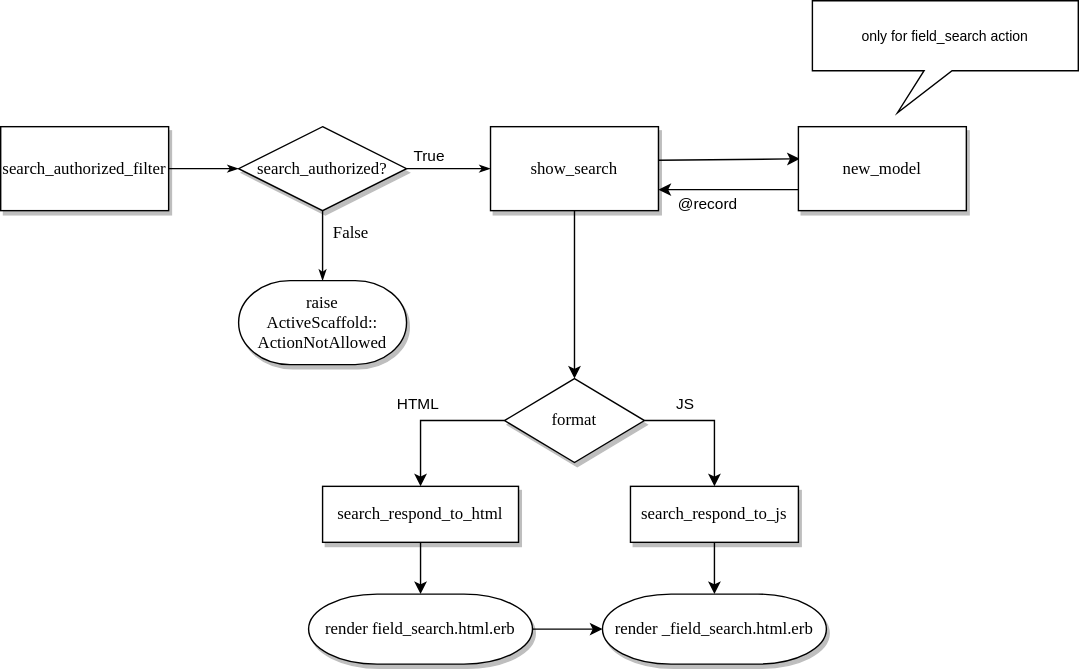
The draw.io diagram diagrams/show_search_field_search.drawio.svg in activescaffold/active_scaffold, before a commit. Source tidied: cells renumbered, new cells last; positions are measured from the earlier drawing's top-left corner, leaving out a move shared by most shapes. The source it was exported from:
```xml
<mxGraphModel>
  <root>
    <mxCell id="0" />
    <mxCell id="1" parent="0" />
    <mxCell id="2" style="edgeStyle=orthogonalEdgeStyle;rounded=0;html=1;labelBackgroundColor=none;startSize=5;endArrow=classicThin;endFill=1;endSize=5;jettySize=auto;strokeWidth=1;fontFamily=Verdana;fontSize=12;exitX=1;exitY=0.5;exitDx=0;exitDy=0;" parent="1" edge="1" source="16" target="7">
      <mxGeometry relative="1" as="geometry" />
    </mxCell>
    <mxCell id="3" style="edgeStyle=orthogonalEdgeStyle;rounded=0;html=1;labelBackgroundColor=none;startSize=5;endArrow=classicThin;endFill=1;endSize=5;jettySize=auto;strokeWidth=1;fontFamily=Verdana;fontSize=12;exitX=1;exitY=0.5;exitDx=0;exitDy=0;entryX=0;entryY=0.5;entryDx=0;entryDy=0;" parent="1" edge="1" source="7" target="5">
      <mxGeometry relative="1" as="geometry" />
    </mxCell>
    <mxCell id="4" value="True" style="edgeLabel;html=1;align=center;verticalAlign=middle;" parent="3" vertex="1">
      <mxGeometry x="-0.49" y="-2" relative="1" as="geometry">
        <mxPoint y="-12" as="offset" />
      </mxGeometry>
    </mxCell>
    <mxCell id="5" value="show_search" style="rounded=0;whiteSpace=wrap;html=1;shadow=1;labelBackgroundColor=none;strokeWidth=1;fontFamily=Verdana;fontSize=12;align=center;" parent="1" vertex="1">
      <mxGeometry x="350" y="90" width="120" height="60" as="geometry" />
    </mxCell>
    <mxCell id="6" value="False" style="edgeStyle=orthogonalEdgeStyle;rounded=0;html=1;labelBackgroundColor=none;startSize=5;endArrow=classicThin;endFill=1;endSize=5;jettySize=auto;strokeWidth=1;fontFamily=Verdana;fontSize=12;entryX=0.5;entryY=0;entryDx=0;entryDy=0;entryPerimeter=0;" parent="1" edge="1" source="7" target="17">
      <mxGeometry x="-0.38" y="20" relative="1" as="geometry" />
    </mxCell>
    <mxCell id="7" value="search_authorized?" style="rhombus;whiteSpace=wrap;html=1;rounded=0;shadow=1;labelBackgroundColor=none;strokeWidth=1;fontFamily=Verdana;fontSize=12;align=center;" parent="1" vertex="1">
      <mxGeometry x="170" y="90" width="120" height="60" as="geometry" />
    </mxCell>
    <mxCell id="8" style="edgeStyle=orthogonalEdgeStyle;rounded=0;jettySize=auto;html=1;exitX=0;exitY=0.5;exitDx=0;exitDy=0;" parent="1" edge="1" source="12" target="15">
      <mxGeometry relative="1" as="geometry" />
    </mxCell>
    <mxCell id="9" value="HTML" style="edgeLabel;html=1;align=center;verticalAlign=middle;" parent="8" vertex="1">
      <mxGeometry x="-0.28" y="-1" relative="1" as="geometry">
        <mxPoint x="-24" y="-12" as="offset" />
      </mxGeometry>
    </mxCell>
    <mxCell id="10" style="edgeStyle=orthogonalEdgeStyle;rounded=0;jettySize=auto;html=1;exitX=1;exitY=0.5;exitDx=0;exitDy=0;" parent="1" edge="1" source="12" target="13">
      <mxGeometry relative="1" as="geometry" />
    </mxCell>
    <mxCell id="11" value="JS" style="edgeLabel;html=1;align=center;verticalAlign=middle;" parent="10" vertex="1">
      <mxGeometry x="-0.22" relative="1" as="geometry">
        <mxPoint x="-10" y="-13" as="offset" />
      </mxGeometry>
    </mxCell>
    <mxCell id="12" value="format" style="rhombus;whiteSpace=wrap;html=1;rounded=0;shadow=1;labelBackgroundColor=none;strokeWidth=1;fontFamily=Verdana;fontSize=12;align=center;" parent="1" vertex="1">
      <mxGeometry x="360" y="270" width="100" height="60" as="geometry" />
    </mxCell>
    <mxCell id="13" value="search_respond_to_js" style="whiteSpace=wrap;html=1;rounded=0;shadow=1;labelBackgroundColor=none;strokeWidth=1;fontFamily=Verdana;fontSize=12;align=center;" parent="1" vertex="1">
      <mxGeometry x="450" y="347" width="120" height="40" as="geometry" />
    </mxCell>
    <mxCell id="14" style="edgeStyle=orthogonalEdgeStyle;rounded=0;jettySize=auto;html=1;entryX=0.5;entryY=0;entryDx=0;entryDy=0;entryPerimeter=0;exitX=0.5;exitY=1;exitDx=0;exitDy=0;" parent="1" edge="1" source="15" target="27">
      <mxGeometry relative="1" as="geometry" />
    </mxCell>
    <mxCell id="15" value="search_respond_to_html" style="whiteSpace=wrap;html=1;rounded=0;shadow=1;labelBackgroundColor=none;strokeWidth=1;fontFamily=Verdana;fontSize=12;align=center;" parent="1" vertex="1">
      <mxGeometry x="230" y="347" width="140" height="40" as="geometry" />
    </mxCell>
    <mxCell id="16" value="&lt;font style=&quot;font-size: 12px;&quot;&gt;search_authorized_filter&lt;/font&gt;" style="rounded=0;whiteSpace=wrap;html=1;shadow=1;labelBackgroundColor=none;strokeWidth=1;fontFamily=Verdana;fontSize=12;align=center;" parent="1" vertex="1">
      <mxGeometry y="90" width="120" height="60" as="geometry" />
    </mxCell>
    <mxCell id="17" value="raise&lt;br&gt;ActiveScaffold::&lt;br&gt;ActionNotAllowed" style="strokeWidth=1;html=1;shape=mxgraph.flowchart.terminator;whiteSpace=wrap;rounded=0;shadow=1;strokeColor=default;align=center;verticalAlign=middle;fontFamily=Verdana;fontSize=12;fontColor=default;labelBackgroundColor=none;fillColor=default;" parent="1" vertex="1">
      <mxGeometry x="170" y="200" width="120" height="60" as="geometry" />
    </mxCell>
    <mxCell id="18" style="rounded=0;jettySize=auto;html=1;entryX=0.008;entryY=0.383;entryDx=0;entryDy=0;entryPerimeter=0;exitX=1;exitY=0.4;exitDx=0;exitDy=0;exitPerimeter=0;" parent="1" edge="1" source="5" target="22">
      <mxGeometry relative="1" as="geometry" />
    </mxCell>
    <mxCell id="19" value="only for field_search action" style="shape=callout;whiteSpace=wrap;html=1;perimeter=calloutPerimeter;size=30;position=0.42;position2=0.32;fontSize=10;" parent="1" vertex="1">
      <mxGeometry x="580" width="190" height="80" as="geometry" />
    </mxCell>
    <mxCell id="20" style="rounded=0;jettySize=auto;html=1;exitX=0;exitY=0.75;exitDx=0;exitDy=0;entryX=1;entryY=0.75;entryDx=0;entryDy=0;" parent="1" edge="1" source="22" target="5">
      <mxGeometry relative="1" as="geometry" />
    </mxCell>
    <mxCell id="21" value="@record" style="edgeLabel;html=1;align=center;verticalAlign=middle;" parent="20" vertex="1">
      <mxGeometry x="0.31" y="9" relative="1" as="geometry" />
    </mxCell>
    <mxCell id="22" value="new_model" style="rounded=0;whiteSpace=wrap;html=1;shadow=1;labelBackgroundColor=none;strokeWidth=1;fontFamily=Verdana;fontSize=12;align=center;" parent="1" vertex="1">
      <mxGeometry x="570" y="90" width="120" height="60" as="geometry" />
    </mxCell>
    <mxCell id="23" style="edgeStyle=orthogonalEdgeStyle;rounded=0;jettySize=auto;html=1;exitX=0.5;exitY=1;exitDx=0;exitDy=0;" parent="1" edge="1" source="5" target="12">
      <mxGeometry relative="1" as="geometry" />
    </mxCell>
    <mxCell id="24" style="edgeStyle=orthogonalEdgeStyle;rounded=0;jettySize=auto;html=1;entryX=0.5;entryY=0;entryDx=0;entryDy=0;entryPerimeter=0;exitX=0.5;exitY=1;exitDx=0;exitDy=0;" parent="1" edge="1" source="13" target="25">
      <mxGeometry relative="1" as="geometry" />
    </mxCell>
    <mxCell id="25" value="render _field_search.html.erb" style="strokeWidth=1;html=1;shape=mxgraph.flowchart.terminator;whiteSpace=wrap;rounded=0;shadow=1;labelBackgroundColor=none;fontFamily=Verdana;fontSize=12;align=center;" parent="1" vertex="1">
      <mxGeometry x="430" y="424" width="160" height="50" as="geometry" />
    </mxCell>
    <mxCell id="26" style="edgeStyle=none;html=1;" parent="1" edge="1" source="27" target="25">
      <mxGeometry relative="1" as="geometry" />
    </mxCell>
    <mxCell id="27" value="render field_search.html.erb" style="strokeWidth=1;html=1;shape=mxgraph.flowchart.terminator;whiteSpace=wrap;rounded=0;shadow=1;labelBackgroundColor=none;fontFamily=Verdana;fontSize=12;align=center;" parent="1" vertex="1">
      <mxGeometry x="220" y="424" width="160" height="50" as="geometry" />
    </mxCell>
  </root>
</mxGraphModel>
```
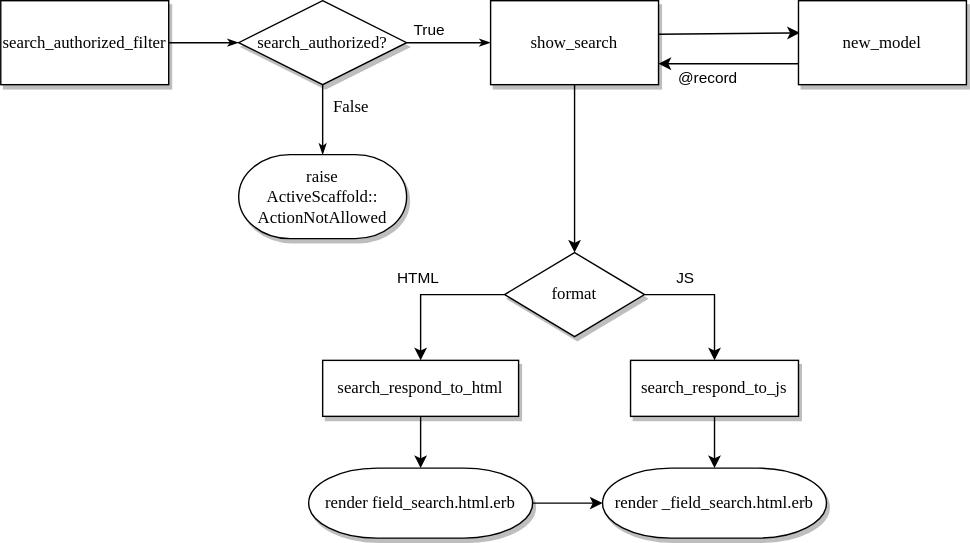
Later version of the same file.

Commit message:
remove unneeded note

What changed in the source:
```diff
@@ -59,9 +59,6 @@
     <mxCell id="18" style="rounded=0;jettySize=auto;html=1;entryX=0.008;entryY=0.383;entryDx=0;entryDy=0;entryPerimeter=0;exitX=1;exitY=0.4;exitDx=0;exitDy=0;exitPerimeter=0;" parent="1" edge="1" source="5" target="22">
       <mxGeometry relative="1" as="geometry" />
     </mxCell>
-    <mxCell id="19" value="only for field_search action" style="shape=callout;whiteSpace=wrap;html=1;perimeter=calloutPerimeter;size=30;position=0.42;position2=0.32;fontSize=10;" parent="1" vertex="1">
-      <mxGeometry x="580" width="190" height="80" as="geometry" />
-    </mxCell>
     <mxCell id="20" style="rounded=0;jettySize=auto;html=1;exitX=0;exitY=0.75;exitDx=0;exitDy=0;entryX=1;entryY=0.75;entryDx=0;entryDy=0;" parent="1" edge="1" source="22" target="5">
       <mxGeometry relative="1" as="geometry" />
     </mxCell>
```
